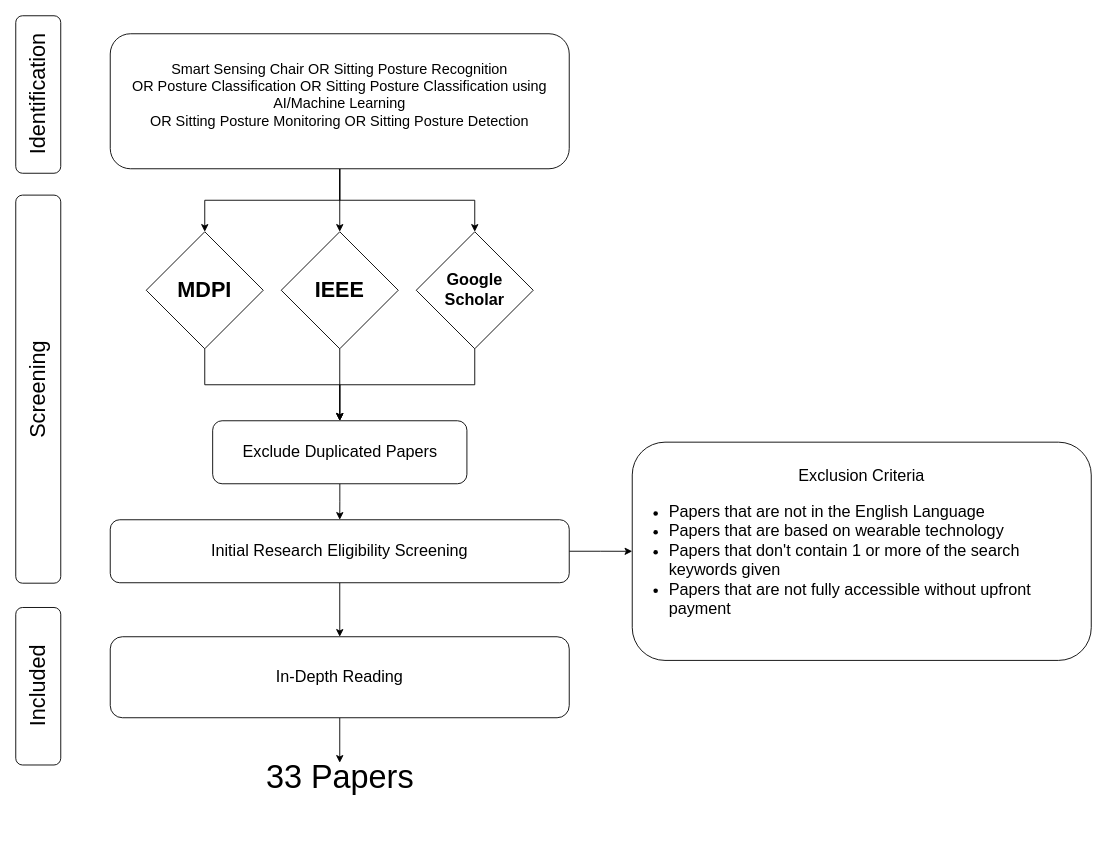
This is Literature Screening.drawio from Olatokumbo/Research, a draw.io file, before an edit. Source tidied: cells renumbered, new cells numbered last; positions are measured from the earlier drawing's top-left corner, leaving out a move shared by most shapes. Both pictures are drawn from the tidied source at 90%, with x=0, y=0 at pixel (-157, 33).
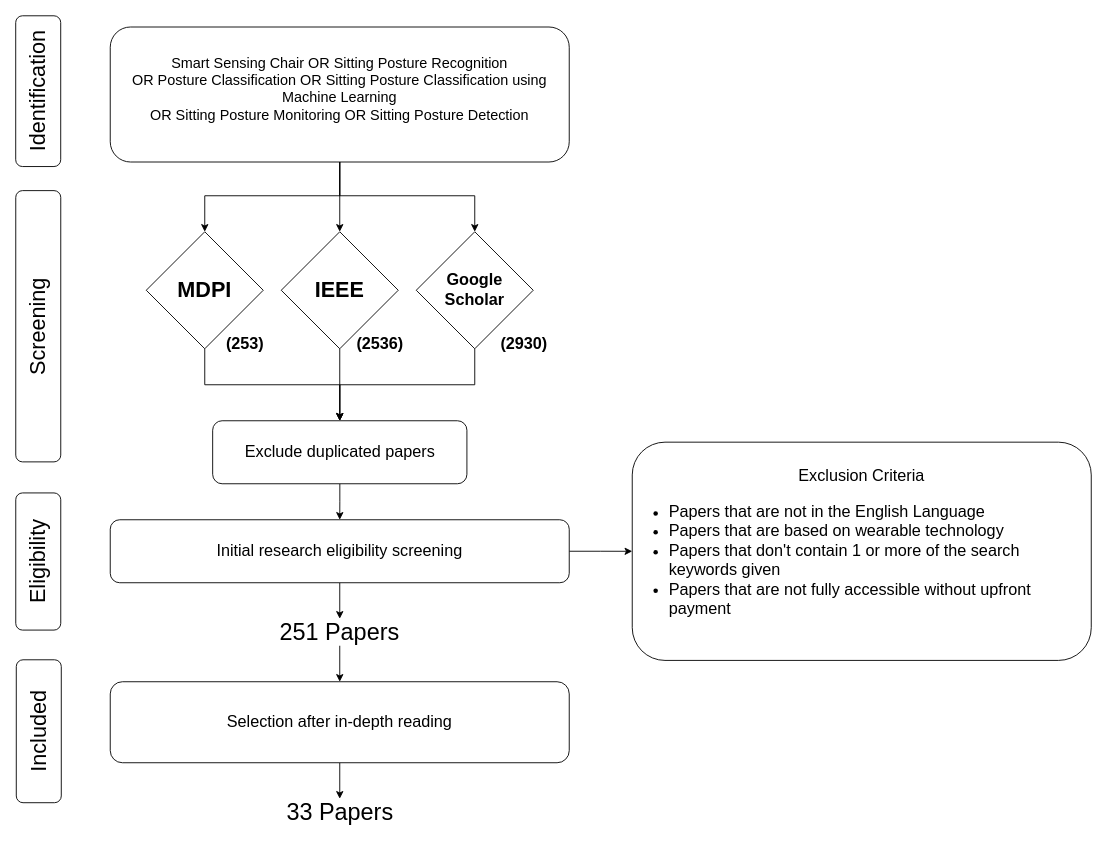
The same diagram, later.

Commit message (it also covers changes not shown here):
add updated literature selection table

The change refers to these unchanged cells:
```xml
<mxCell id="10" value="&lt;b&gt;&lt;font style=&quot;font-size: 24px;&quot;&gt;MDPI&lt;/font&gt;&lt;/b&gt;" style="rhombus;whiteSpace=wrap;html=1;" parent="1" vertex="1">
  <mxGeometry x="336" y="220" width="130" height="130" as="geometry" />
</mxCell>
<mxCell id="14" value="&lt;b&gt;&lt;font style=&quot;font-size: 18px;&quot;&gt;Google Scholar&lt;/font&gt;&lt;/b&gt;" style="rhombus;whiteSpace=wrap;html=1;" parent="1" vertex="1">
  <mxGeometry x="636" y="220" width="130" height="130" as="geometry" />
</mxCell>
```

The edit, as a diff of the source:
```diff
@@
     <mxCell id="2" value="&lt;font style=&quot;font-size: 24px;&quot;&gt;Identification&lt;/font&gt;" style="rounded=1;whiteSpace=wrap;html=1;rotation=-90;" parent="1" vertex="1">
-      <mxGeometry x="128.5" y="42.5" width="175" height="50" as="geometry" />
+      <mxGeometry x="132.2" y="38.8" width="167.5" height="50" as="geometry" />
     </mxCell>
     <mxCell id="3" value="&lt;font style=&quot;font-size: 24px;&quot;&gt;Screening&lt;br&gt;&lt;/font&gt;" style="rounded=1;whiteSpace=wrap;html=1;rotation=-90;" parent="1" vertex="1">
-      <mxGeometry x="0.4" y="369.9" width="431.2" height="50" as="geometry" />
+      <mxGeometry x="65.3" y="300" width="301.4" height="50" as="geometry" />
     </mxCell>
     <mxCell id="4" value="&lt;font style=&quot;font-size: 24px;&quot;&gt;Included&lt;br&gt;&lt;/font&gt;" style="rounded=1;whiteSpace=wrap;html=1;rotation=-90;" parent="1" vertex="1">
-      <mxGeometry x="128.5" y="700" width="175" height="50" as="geometry" />
+      <mxGeometry x="137.2" y="750" width="158.8" height="50" as="geometry" />
     </mxCell>
     <mxCell id="5" style="edgeStyle=orthogonalEdgeStyle;rounded=0;jettySize=auto;html=1;entryX=0.5;entryY=0;entryDx=0;entryDy=0;" parent="1" edge="1" source="8" target="10">
       <mxGeometry relative="1" as="geometry">
         <Array as="points">
-          <mxPoint x="551" y="185" />
-          <mxPoint x="401" y="185" />
+          <mxPoint x="551" y="180" />
+          <mxPoint x="401" y="180" />
         </Array>
       </mxGeometry>
     </mxCell>
@@
     <mxCell id="7" style="edgeStyle=orthogonalEdgeStyle;rounded=0;jettySize=auto;html=1;" parent="1" edge="1" source="8" target="14">
-      <mxGeometry relative="1" as="geometry" />
+      <mxGeometry relative="1" as="geometry">
+        <Array as="points">
+          <mxPoint x="551" y="180" />
+          <mxPoint x="701" y="180" />
+        </Array>
+      </mxGeometry>
     </mxCell>
-    <mxCell id="8" value="&lt;div&gt;&lt;font style=&quot;font-size: 16px;&quot;&gt;Smart Sensing Chair&lt;span style=&quot;background-color: initial;&quot;&gt;&lt;span style=&quot;white-space: pre;&quot;&gt;&amp;nbsp;OR &lt;/span&gt;&lt;/span&gt;&lt;span style=&quot;background-color: initial;&quot;&gt;Sitting Posture Recognition&lt;/span&gt;&lt;/font&gt;&lt;/div&gt;&lt;div&gt;&lt;font size=&quot;3&quot;&gt;OR Posture Classification OR&amp;nbsp;&lt;span style=&quot;background-color: initial;&quot;&gt;Sitting Posture Classification using AI/Machine Learning&lt;/span&gt;&lt;/font&gt;&lt;/div&gt;&lt;div&gt;&lt;font size=&quot;3&quot;&gt;OR Sitting Posture Monitoring OR &lt;span style=&quot;background-color: initial;&quot;&gt;Sitting Posture Detection&lt;/span&gt;&lt;/font&gt;&lt;/div&gt;&lt;div&gt;&lt;br&gt;&lt;/div&gt;" style="rounded=1;whiteSpace=wrap;html=1;" parent="1" vertex="1">
-      <mxGeometry x="296" width="510" height="150" as="geometry" />
+    <mxCell id="8" value="&lt;div&gt;&lt;font style=&quot;font-size: 16px;&quot;&gt;Smart Sensing Chair&lt;span style=&quot;background-color: initial;&quot;&gt;&lt;span style=&quot;white-space: pre;&quot;&gt;&amp;nbsp;OR &lt;/span&gt;&lt;/span&gt;&lt;span style=&quot;background-color: initial;&quot;&gt;Sitting Posture Recognition&lt;/span&gt;&lt;/font&gt;&lt;/div&gt;&lt;div&gt;&lt;font size=&quot;3&quot;&gt;OR Posture Classification OR&amp;nbsp;&lt;span style=&quot;background-color: initial;&quot;&gt;Sitting Posture Classification using Machine Learning&lt;/span&gt;&lt;/font&gt;&lt;/div&gt;&lt;div&gt;&lt;font size=&quot;3&quot;&gt;OR Sitting Posture Monitoring OR &lt;span style=&quot;background-color: initial;&quot;&gt;Sitting Posture Detection&lt;/span&gt;&lt;/font&gt;&lt;/div&gt;&lt;div&gt;&lt;br&gt;&lt;/div&gt;" style="rounded=1;whiteSpace=wrap;html=1;" parent="1" vertex="1">
+      <mxGeometry x="296" y="-7.5" width="510" height="150" as="geometry" />
     </mxCell>
@@
-    <mxCell id="16" value="&lt;font style=&quot;font-size: 18px;&quot;&gt;Exclude Duplicated Papers&lt;/font&gt;" style="rounded=1;whiteSpace=wrap;html=1;" parent="1" vertex="1">
+    <mxCell id="16" value="&lt;font style=&quot;font-size: 18px;&quot;&gt;Exclude duplicated papers&lt;/font&gt;" style="rounded=1;whiteSpace=wrap;html=1;" parent="1" vertex="1">
       <mxGeometry x="409.8" y="430" width="282.5" height="70" as="geometry" />
     </mxCell>
@@
-    <mxCell id="18" value="&lt;font style=&quot;font-size: 18px;&quot;&gt;In-Depth Reading&lt;/font&gt;" style="rounded=1;whiteSpace=wrap;html=1;" parent="1" vertex="1">
-      <mxGeometry x="296" y="670" width="510" height="90" as="geometry" />
+    <mxCell id="18" value="&lt;font style=&quot;font-size: 18px;&quot;&gt;Selection after in-depth reading&lt;/font&gt;" style="rounded=1;whiteSpace=wrap;html=1;" parent="1" vertex="1">
+      <mxGeometry x="296" y="720" width="510" height="90" as="geometry" />
     </mxCell>
@@
-    <mxCell id="20" style="edgeStyle=orthogonalEdgeStyle;rounded=0;jettySize=auto;html=1;exitX=0.5;exitY=1;exitDx=0;exitDy=0;entryX=0.5;entryY=0;entryDx=0;entryDy=0;" parent="1" edge="1" source="21" target="18">
-      <mxGeometry relative="1" as="geometry" />
-    </mxCell>
+    <mxCell id="24" style="edgeStyle=orthogonalEdgeStyle;rounded=0;jettySize=auto;html=1;exitX=0.5;exitY=1;exitDx=0;exitDy=0;entryX=0.5;entryY=0;entryDx=0;entryDy=0;" parent="1" edge="1" source="21" target="29">
+      <mxGeometry relative="1" as="geometry" />
+    </mxCell>
-    <mxCell id="21" value="&lt;font style=&quot;font-size: 18px;&quot;&gt;Initial Research Eligibility Screening&lt;/font&gt;" style="rounded=1;whiteSpace=wrap;html=1;" parent="1" vertex="1">
+    <mxCell id="21" value="&lt;font style=&quot;font-size: 18px;&quot;&gt;Initial research eligibility screening&lt;/font&gt;" style="rounded=1;whiteSpace=wrap;html=1;" parent="1" vertex="1">
       <mxGeometry x="296" y="540" width="510" height="70" as="geometry" />
     </mxCell>
@@
-    <mxCell id="23" value="&lt;font style=&quot;font-size: 36px;&quot;&gt;33 Papers&lt;/font&gt;" style="text;html=1;strokeColor=none;fillColor=none;align=center;verticalAlign=middle;whiteSpace=wrap;rounded=0;" parent="1" vertex="1">
-      <mxGeometry x="453.5" y="810" width="195" height="30" as="geometry" />
+    <mxCell id="23" value="&lt;font style=&quot;font-size: 26px;&quot;&gt;33 Papers&lt;/font&gt;" style="text;html=1;strokeColor=none;fillColor=none;align=center;verticalAlign=middle;whiteSpace=wrap;rounded=0;" parent="1" vertex="1">
+      <mxGeometry x="453.5" y="850" width="195" height="30" as="geometry" />
     </mxCell>
+    <mxCell id="25" value="&lt;font size=&quot;1&quot; style=&quot;&quot;&gt;&lt;b style=&quot;font-size: 18px;&quot;&gt;(253)&lt;/b&gt;&lt;/font&gt;" style="text;html=1;strokeColor=none;fillColor=none;align=center;verticalAlign=middle;whiteSpace=wrap;rounded=0;" parent="1" vertex="1">
+      <mxGeometry x="416" y="330" width="60" height="30" as="geometry" />
+    </mxCell>
+    <mxCell id="26" value="&lt;font size=&quot;1&quot; style=&quot;&quot;&gt;&lt;b style=&quot;font-size: 18px;&quot;&gt;(2536)&lt;/b&gt;&lt;/font&gt;" style="text;html=1;strokeColor=none;fillColor=none;align=center;verticalAlign=middle;whiteSpace=wrap;rounded=0;" parent="1" vertex="1">
+      <mxGeometry x="566" y="330" width="60" height="30" as="geometry" />
+    </mxCell>
+    <mxCell id="27" value="&lt;font size=&quot;1&quot; style=&quot;&quot;&gt;&lt;b style=&quot;font-size: 18px;&quot;&gt;(2930)&lt;/b&gt;&lt;/font&gt;" style="text;html=1;strokeColor=none;fillColor=none;align=center;verticalAlign=middle;whiteSpace=wrap;rounded=0;" parent="1" vertex="1">
+      <mxGeometry x="726" y="330" width="60" height="30" as="geometry" />
+    </mxCell>
+    <mxCell id="28" style="edgeStyle=orthogonalEdgeStyle;rounded=0;jettySize=auto;html=1;exitX=0.5;exitY=1;exitDx=0;exitDy=0;entryX=0.5;entryY=0;entryDx=0;entryDy=0;" parent="1" edge="1" source="29" target="18">
+      <mxGeometry relative="1" as="geometry" />
+    </mxCell>
+    <mxCell id="29" value="&lt;font style=&quot;font-size: 26px;&quot;&gt;251 Papers&lt;/font&gt;" style="text;html=1;strokeColor=none;fillColor=none;align=center;verticalAlign=middle;whiteSpace=wrap;rounded=0;" parent="1" vertex="1">
+      <mxGeometry x="476" y="650" width="150" height="30" as="geometry" />
+    </mxCell>
+    <mxCell id="30" value="&lt;font style=&quot;font-size: 24px;&quot;&gt;Eligibility&lt;br&gt;&lt;/font&gt;" style="rounded=1;whiteSpace=wrap;html=1;rotation=-90;" parent="1" vertex="1">
+      <mxGeometry x="139.8" y="561.4" width="152.4" height="50" as="geometry" />
+    </mxCell>
```
